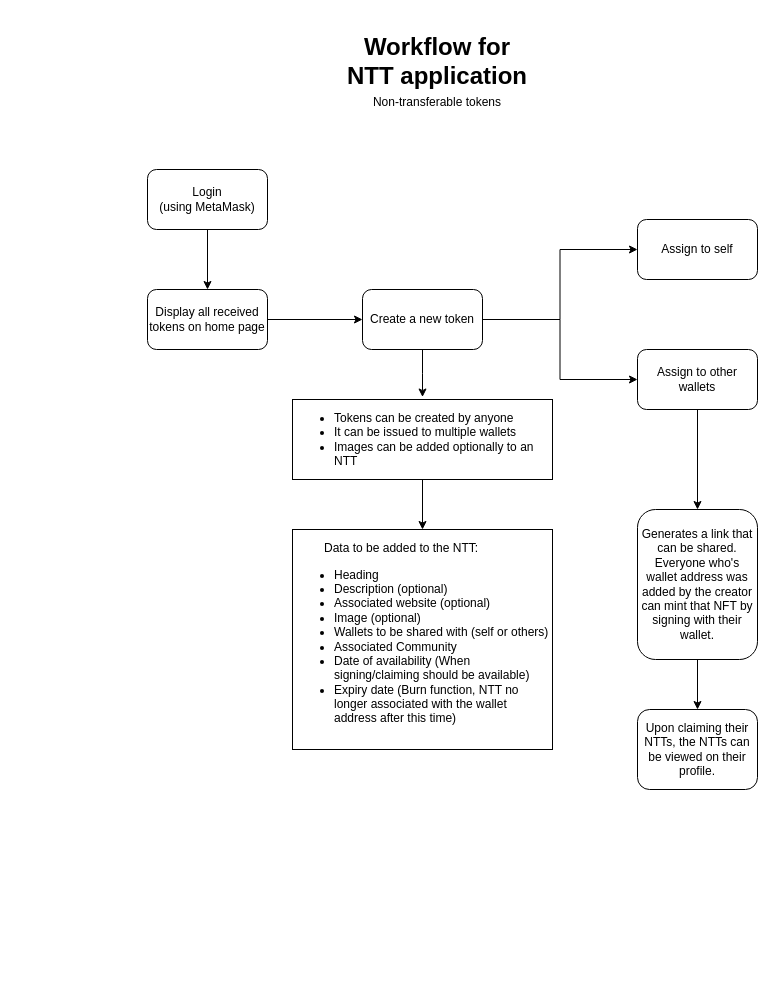
canaryGrapher/SolAsh keeps this draw.io diagram as Flows/NTT.drawio. Above is the earlier version. Source tidied: cells renumbered, new cells numbered last; positions are measured from the earlier drawing's top-left corner, leaving out a move shared by most shapes. Both pictures are drawn from the tidied source at 100%, with x=0, y=0 at pixel (147, 27).
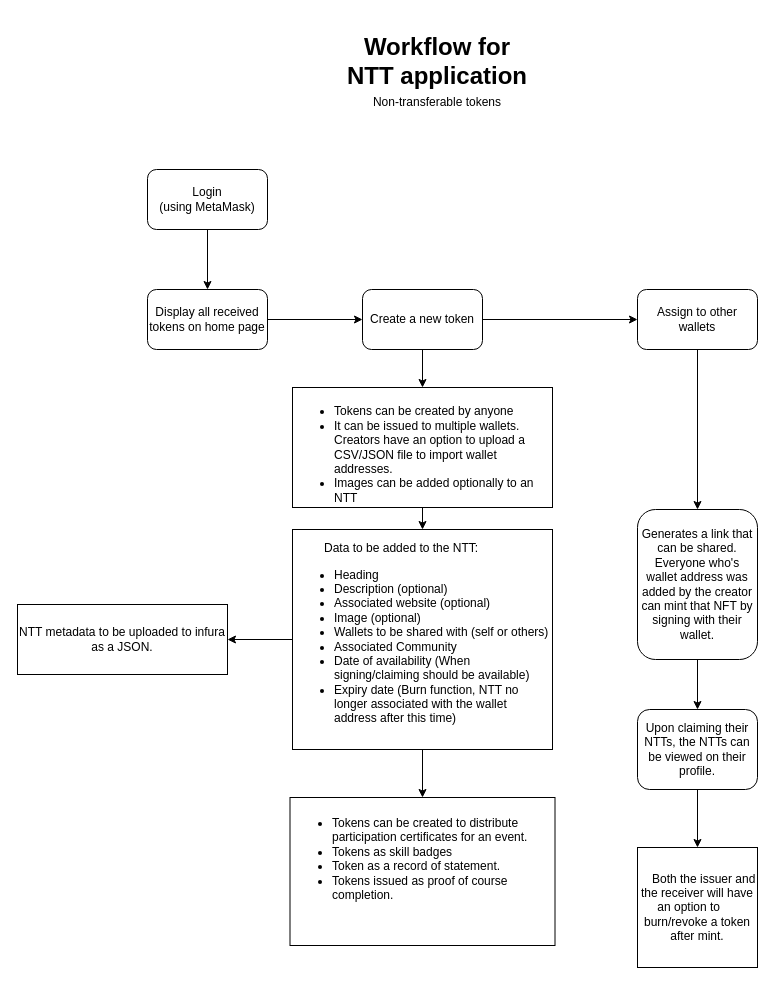
Above is the later version.

The change refers to these unchanged cells:
```xml
<mxCell id="9" value="Create a new token" style="rounded=1;whiteSpace=wrap;html=1;" parent="1" vertex="1">
  <mxGeometry x="215" y="262" width="120" height="60" as="geometry" />
</mxCell>
<mxCell id="17" value="Upon claiming their NTTs, the NTTs can be viewed on their profile." style="rounded=1;whiteSpace=wrap;html=1;align=center;" parent="1" vertex="1">
  <mxGeometry x="490" y="682" width="120" height="80" as="geometry" />
</mxCell>
<mxCell id="18" value="&amp;nbsp; &amp;nbsp; &amp;nbsp; &amp;nbsp; &amp;nbsp;Data to be added to the NTT:&lt;br&gt;&lt;ul&gt;&lt;li&gt;Heading&lt;/li&gt;&lt;li&gt;Description (optional)&lt;/li&gt;&lt;li&gt;Associated website (optional)&lt;/li&gt;&lt;li&gt;Image (optional)&lt;/li&gt;&lt;li&gt;Wallets to be shared with (self or others)&lt;/li&gt;&lt;li&gt;Associated Community&lt;/li&gt;&lt;li&gt;Date of availability (When signing/claiming should be available)&lt;/li&gt;&lt;li&gt;Expiry date (Burn function, NTT no longer associated with the wallet address after this time)&lt;/li&gt;&lt;/ul&gt;" style="rounded=0;whiteSpace=wrap;html=1;align=left;" parent="1" vertex="1">
  <mxGeometry x="145" y="502" width="260" height="220" as="geometry" />
</mxCell>
```

The edit, as a diff of the source:
```diff
@@
-    <mxCell id="6" style="edgeStyle=orthogonalEdgeStyle;rounded=0;jettySize=auto;html=1;" parent="1" edge="1" source="9">
-      <mxGeometry relative="1" as="geometry">
-        <mxPoint x="275" y="369.5" as="targetPoint" />
-      </mxGeometry>
-    </mxCell>
-    <mxCell id="7" style="edgeStyle=orthogonalEdgeStyle;rounded=0;jettySize=auto;html=1;entryX=0;entryY=0.5;entryDx=0;entryDy=0;" parent="1" edge="1" source="9" target="12">
-      <mxGeometry relative="1" as="geometry" />
-    </mxCell>
@@
+    <mxCell id="21" style="edgeStyle=orthogonalEdgeStyle;rounded=0;jettySize=auto;html=1;" parent="1" edge="1" source="9" target="11">
+      <mxGeometry relative="1" as="geometry" />
+    </mxCell>
@@
-    <mxCell id="11" value="&#10;&#10;&lt;ul style=&quot;color: rgb(0, 0, 0); font-family: helvetica; font-size: 12px; font-style: normal; font-weight: 400; letter-spacing: normal; text-align: left; text-indent: 0px; text-transform: none; word-spacing: 0px;&quot;&gt;&lt;li&gt;Tokens can be created by anyone&lt;/li&gt;&lt;li&gt;It can be issued to multiple wallets&lt;/li&gt;&lt;li&gt;Images can be added optionally to an NTT&lt;/li&gt;&lt;/ul&gt;&#10;&#10;" style="rounded=0;whiteSpace=wrap;html=1;align=left;" parent="1" vertex="1">
-      <mxGeometry x="145" y="372" width="260" height="80" as="geometry" />
+    <mxCell id="11" value="&lt;br&gt;&lt;br&gt;&lt;ul style=&quot;color: rgb(0 , 0 , 0) ; font-family: &amp;#34;helvetica&amp;#34; ; font-size: 12px ; font-style: normal ; font-weight: 400 ; letter-spacing: normal ; text-align: left ; text-indent: 0px ; text-transform: none ; word-spacing: 0px&quot;&gt;&lt;li&gt;Tokens can be created by anyone&lt;/li&gt;&lt;li&gt;It can be issued to multiple wallets. Creators have an option to upload a CSV/JSON file to import wallet addresses.&lt;/li&gt;&lt;li&gt;Images can be added optionally to an NTT&lt;/li&gt;&lt;/ul&gt;&lt;br&gt;" style="rounded=0;whiteSpace=wrap;html=1;align=left;" parent="1" vertex="1">
+      <mxGeometry x="145" y="360" width="260" height="120" as="geometry" />
     </mxCell>
-    <mxCell id="12" value="Assign to self" style="rounded=1;whiteSpace=wrap;html=1;align=center;" parent="1" vertex="1">
-      <mxGeometry x="490" y="192" width="120" height="60" as="geometry" />
-    </mxCell>
@@
     <mxCell id="14" value="Assign to other wallets" style="rounded=1;whiteSpace=wrap;html=1;align=center;" parent="1" vertex="1">
-      <mxGeometry x="490" y="322" width="120" height="60" as="geometry" />
+      <mxGeometry x="490" y="262" width="120" height="60" as="geometry" />
     </mxCell>
@@
+    <mxCell id="22" style="edgeStyle=orthogonalEdgeStyle;rounded=0;jettySize=auto;html=1;" parent="1" edge="1" source="17" target="25">
+      <mxGeometry relative="1" as="geometry" />
+    </mxCell>
@@
+    <mxCell id="23" style="edgeStyle=orthogonalEdgeStyle;rounded=0;jettySize=auto;html=1;" parent="1" edge="1" source="18" target="27">
+      <mxGeometry relative="1" as="geometry" />
+    </mxCell>
+    <mxCell id="24" style="edgeStyle=orthogonalEdgeStyle;rounded=0;jettySize=auto;html=1;" parent="1" edge="1" source="18" target="26">
+      <mxGeometry relative="1" as="geometry" />
+    </mxCell>
@@
+    <mxCell id="25" value="&lt;span&gt;&amp;nbsp; &amp;nbsp; Both the issuer and the receiver will have an option to&amp;nbsp; &amp;nbsp; &amp;nbsp; burn/revoke a token after mint.&lt;/span&gt;" style="rounded=0;whiteSpace=wrap;html=1;align=center;" parent="1" vertex="1">
+      <mxGeometry x="490" y="820" width="120" height="120" as="geometry" />
+    </mxCell>
+    <mxCell id="26" value="NTT metadata to be uploaded to infura as a JSON." style="rounded=0;whiteSpace=wrap;html=1;" parent="1" vertex="1">
+      <mxGeometry x="-130" y="577" width="210" height="70" as="geometry" />
+    </mxCell>
+    <mxCell id="27" value="&lt;ul&gt;&lt;li&gt;Tokens can be created to distribute participation certificates for an event.&lt;/li&gt;&lt;li&gt;Tokens as skill badges&lt;/li&gt;&lt;li&gt;Token as a record of statement.&lt;/li&gt;&lt;li&gt;Tokens issued as proof of course completion.&amp;nbsp;&lt;/li&gt;&lt;/ul&gt;" style="rounded=0;whiteSpace=wrap;html=1;align=left;verticalAlign=top;" parent="1" vertex="1">
+      <mxGeometry x="142.5" y="770" width="265" height="148" as="geometry" />
+    </mxCell>
```
